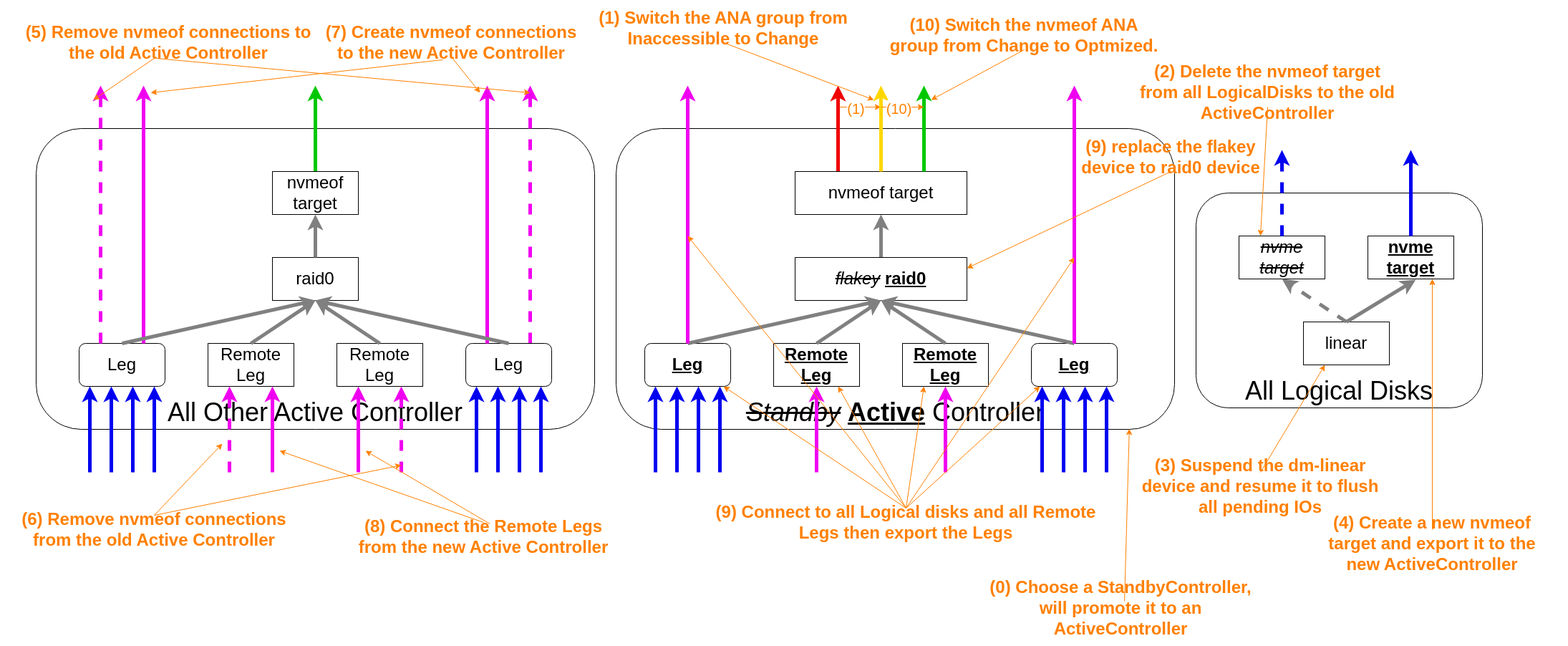
The draw.io diagram doc/img/140Failover.png in distributed-nvme/distributed-nvme, before a commit. Source tidied: cells renumbered, new cells last; positions are measured from the earlier drawing's top-left corner, leaving out a move shared by most shapes.
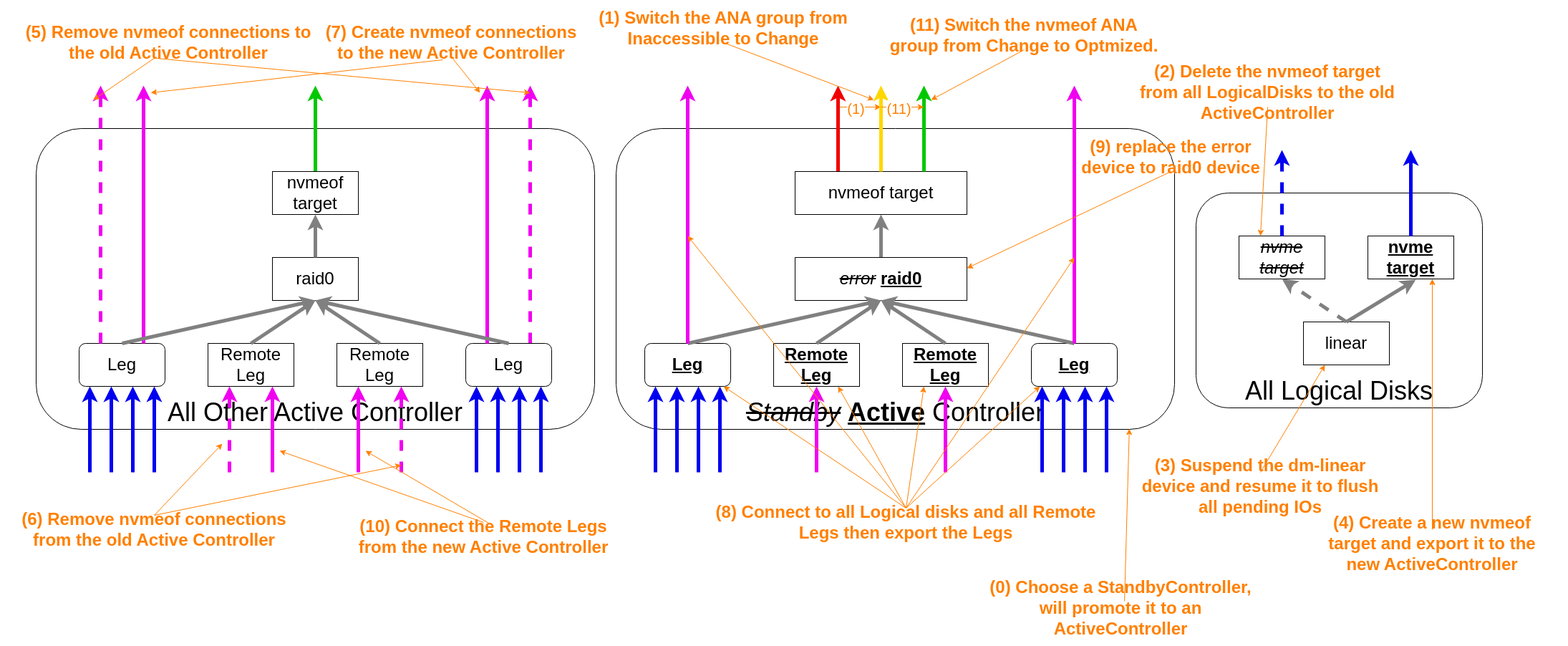
Later version of the same file.

Commit message:
fix failover image steps

The edit, as a diff of the source:
```diff
@@ -26,7 +26,7 @@
     <mxCell id="7" style="endArrow=classic;html=1;rounded=0;strokeWidth=5;strokeColor=#808080;exitX=0.5;exitY=0;exitDx=0;exitDy=0;entryX=0.5;entryY=1;entryDx=0;entryDy=0;" parent="1" edge="1" source="8" target="9">
       <mxGeometry relative="1" as="geometry" />
     </mxCell>
-    <mxCell id="8" value="&lt;font style=&quot;font-size: 24px;&quot;&gt;&lt;strike&gt;&lt;i&gt;flakey&lt;/i&gt;&lt;/strike&gt;&amp;nbsp;&lt;b&gt;&lt;u&gt;raid0&lt;/u&gt;&lt;/b&gt;&lt;/font&gt;" style="rounded=0;whiteSpace=wrap;html=1;" parent="1" vertex="1">
+    <mxCell id="8" value="&lt;font style=&quot;font-size: 24px;&quot;&gt;&lt;strike&gt;&lt;i&gt;error&lt;/i&gt;&lt;/strike&gt;&amp;nbsp;&lt;b&gt;&lt;u&gt;raid0&lt;/u&gt;&lt;/b&gt;&lt;/font&gt;" style="rounded=0;whiteSpace=wrap;html=1;" parent="1" vertex="1">
       <mxGeometry x="1100" y="340" width="240" height="60" as="geometry" />
     </mxCell>
     <mxCell id="9" value="&lt;font style=&quot;font-size: 24px;&quot;&gt;nvmeof target&lt;br&gt;&lt;/font&gt;" style="rounded=0;whiteSpace=wrap;html=1;" parent="1" vertex="1">
@@ -182,13 +182,13 @@
     <mxCell id="46" value="&lt;font style=&quot;&quot;&gt;&lt;font size=&quot;1&quot; color=&quot;#ff8000&quot;&gt;&lt;b style=&quot;font-size: 24px;&quot;&gt;(7) Create nvmeof connections &lt;br&gt;to the new Active Controller&lt;/b&gt;&lt;/font&gt;&lt;br&gt;&lt;/font&gt;" style="text;html=1;align=center;verticalAlign=middle;whiteSpace=wrap;rounded=0;" parent="1" vertex="1">
       <mxGeometry x="410" y="20" width="420" height="40" as="geometry" />
     </mxCell>
-    <mxCell id="47" value="&lt;font style=&quot;&quot;&gt;&lt;font size=&quot;1&quot; color=&quot;#ff8000&quot;&gt;&lt;b style=&quot;font-size: 24px;&quot;&gt;(9) Connect to all Logical disks and all Remote Legs then export the Legs&lt;/b&gt;&lt;/font&gt;&lt;br&gt;&lt;/font&gt;" style="text;html=1;align=center;verticalAlign=middle;whiteSpace=wrap;rounded=0;" parent="1" vertex="1">
+    <mxCell id="47" value="&lt;font style=&quot;&quot;&gt;&lt;font size=&quot;1&quot; color=&quot;#ff8000&quot;&gt;&lt;b style=&quot;font-size: 24px;&quot;&gt;(8) Connect to all Logical disks and all Remote Legs then export the Legs&lt;/b&gt;&lt;/font&gt;&lt;br&gt;&lt;/font&gt;" style="text;html=1;align=center;verticalAlign=middle;whiteSpace=wrap;rounded=0;" parent="1" vertex="1">
       <mxGeometry x="980" y="690" width="550" height="40" as="geometry" />
     </mxCell>
-    <mxCell id="48" value="&lt;font style=&quot;&quot;&gt;&lt;font size=&quot;1&quot; color=&quot;#ff8000&quot;&gt;&lt;b style=&quot;font-size: 24px;&quot;&gt;(9) replace the flakey device to raid0 device&lt;/b&gt;&lt;/font&gt;&lt;br&gt;&lt;/font&gt;" style="text;html=1;align=center;verticalAlign=middle;whiteSpace=wrap;rounded=0;" parent="1" vertex="1">
+    <mxCell id="48" value="&lt;font style=&quot;&quot;&gt;&lt;font size=&quot;1&quot; color=&quot;#ff8000&quot;&gt;&lt;b style=&quot;font-size: 24px;&quot;&gt;(9) replace the error device to raid0 device&lt;/b&gt;&lt;/font&gt;&lt;br&gt;&lt;/font&gt;" style="text;html=1;align=center;verticalAlign=middle;whiteSpace=wrap;rounded=0;" parent="1" vertex="1">
       <mxGeometry x="1480" y="180" width="290" height="40" as="geometry" />
     </mxCell>
-    <mxCell id="49" value="&lt;font style=&quot;&quot;&gt;&lt;font size=&quot;1&quot; color=&quot;#ff8000&quot;&gt;&lt;b style=&quot;font-size: 24px;&quot;&gt;(10) Switch the nvmeof ANA group from Change to Optmized.&lt;/b&gt;&lt;/font&gt;&lt;br&gt;&lt;/font&gt;" style="text;html=1;align=center;verticalAlign=middle;whiteSpace=wrap;rounded=0;" parent="1" vertex="1">
+    <mxCell id="49" value="&lt;font style=&quot;&quot;&gt;&lt;font size=&quot;1&quot; color=&quot;#ff8000&quot;&gt;&lt;b style=&quot;font-size: 24px;&quot;&gt;(11) Switch the nvmeof ANA group from Change to Optmized.&lt;/b&gt;&lt;/font&gt;&lt;br&gt;&lt;/font&gt;" style="text;html=1;align=center;verticalAlign=middle;whiteSpace=wrap;rounded=0;" parent="1" vertex="1">
       <mxGeometry x="1230" y="10" width="380" height="40" as="geometry" />
     </mxCell>
     <mxCell id="50" value="&lt;font style=&quot;font-size: 36px;&quot;&gt;All Other Active Controller&lt;/font&gt;" style="rounded=1;whiteSpace=wrap;html=1;verticalAlign=bottom;" parent="1" vertex="1">
@@ -336,7 +336,7 @@
         <mxPoint x="1490" y="100" as="targetPoint" />
       </mxGeometry>
     </mxCell>
-    <mxCell id="82" value="&lt;font style=&quot;&quot;&gt;&lt;font size=&quot;1&quot; color=&quot;#ff8000&quot;&gt;&lt;b style=&quot;font-size: 24px;&quot;&gt;(8) Connect the Remote Legs &lt;br&gt;from the new Active Controller&lt;/b&gt;&lt;/font&gt;&lt;br&gt;&lt;/font&gt;" style="text;html=1;align=center;verticalAlign=middle;whiteSpace=wrap;rounded=0;" parent="1" vertex="1">
+    <mxCell id="82" value="&lt;font style=&quot;&quot;&gt;&lt;font size=&quot;1&quot; color=&quot;#ff8000&quot;&gt;&lt;b style=&quot;font-size: 24px;&quot;&gt;(10) Connect the Remote Legs &lt;br&gt;from the new Active Controller&lt;/b&gt;&lt;/font&gt;&lt;br&gt;&lt;/font&gt;" style="text;html=1;align=center;verticalAlign=middle;whiteSpace=wrap;rounded=0;" parent="1" vertex="1">
       <mxGeometry x="455" y="710" width="420" height="40" as="geometry" />
     </mxCell>
     <mxCell id="83" style="endArrow=classic;html=1;rounded=0;exitX=0;exitY=0.5;exitDx=0;exitDy=0;entryX=1;entryY=0.5;entryDx=0;entryDy=0;strokeColor=#ff8000;" parent="1" edge="1">
@@ -345,7 +345,7 @@
         <mxPoint x="1280" y="130" as="targetPoint" />
       </mxGeometry>
     </mxCell>
-    <mxCell id="84" value="&lt;font style=&quot;font-size: 20px;&quot; color=&quot;#ff8000&quot;&gt;(10)&lt;/font&gt;" style="edgeLabel;html=1;align=center;verticalAlign=middle;" parent="83" vertex="1">
+    <mxCell id="84" value="&lt;font style=&quot;font-size: 20px;&quot; color=&quot;#ff8000&quot;&gt;(11)&lt;/font&gt;" style="edgeLabel;html=1;align=center;verticalAlign=middle;" parent="83" vertex="1">
       <mxGeometry x="-0.2" y="-1" relative="1" as="geometry" />
     </mxCell>
     <mxCell id="85" style="endArrow=classic;html=1;rounded=0;exitX=0.459;exitY=1.05;exitDx=0;exitDy=0;strokeColor=#ff8000;exitPerimeter=0;" parent="1" edge="1" source="45">
```
